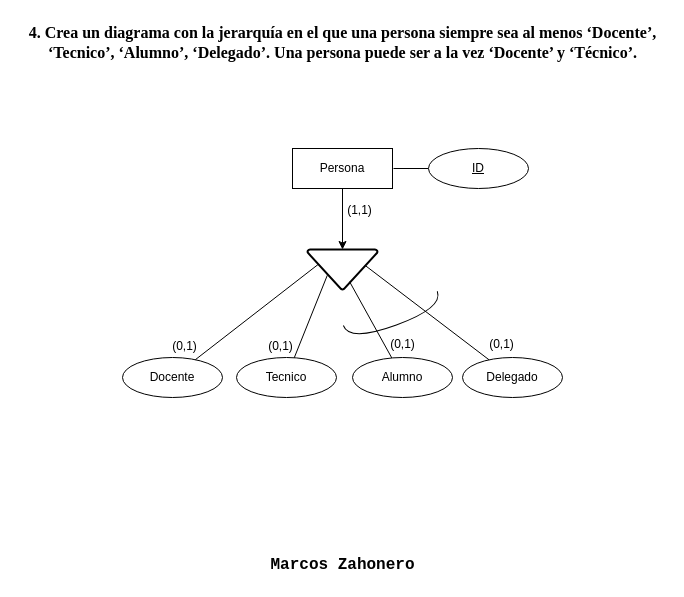
The draw.io diagram page "Ejercicio 4" (3 of 8) of Task5EER_MarcosZahonero.drawio in Maek0s/1DAM_Databases, before the edit. Source tidied: cells renumbered, new cells numbered last; positions are measured from the earlier drawing's top-left corner, leaving out a move shared by most shapes. Both pictures are drawn from the tidied source at 100%, with x=0, y=0 at pixel (17, 17).
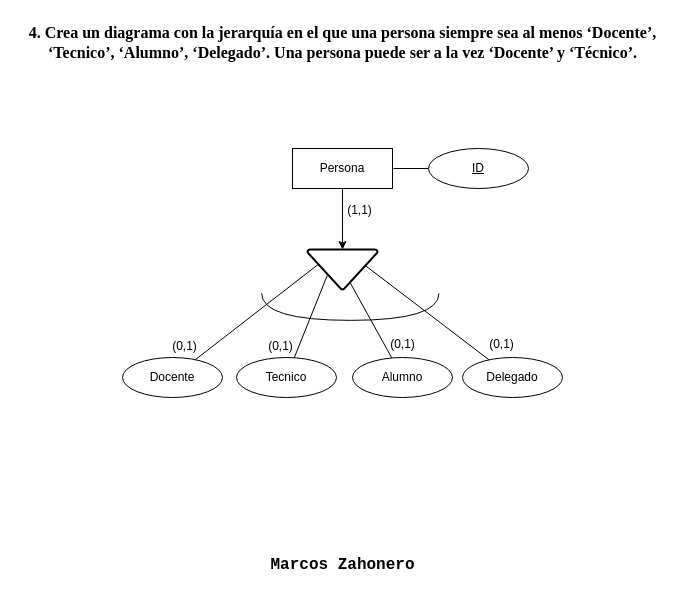
Above is the later version.

Change to the diagram source:
```diff
@@
-    <mxCell id="17" style="shape=requiredInterface;html=1;verticalLabelPosition=bottom;sketch=0;rotation=70;" parent="1" vertex="1">
-      <mxGeometry x="367" y="249.2" width="17.7" height="100" as="geometry" />
+    <mxCell id="17" style="shape=requiredInterface;html=1;verticalLabelPosition=bottom;sketch=0;rotation=90;" parent="1" vertex="1">
+      <mxGeometry x="319.3" y="200.7" width="27" height="177.3" as="geometry" />
     </mxCell>
```
